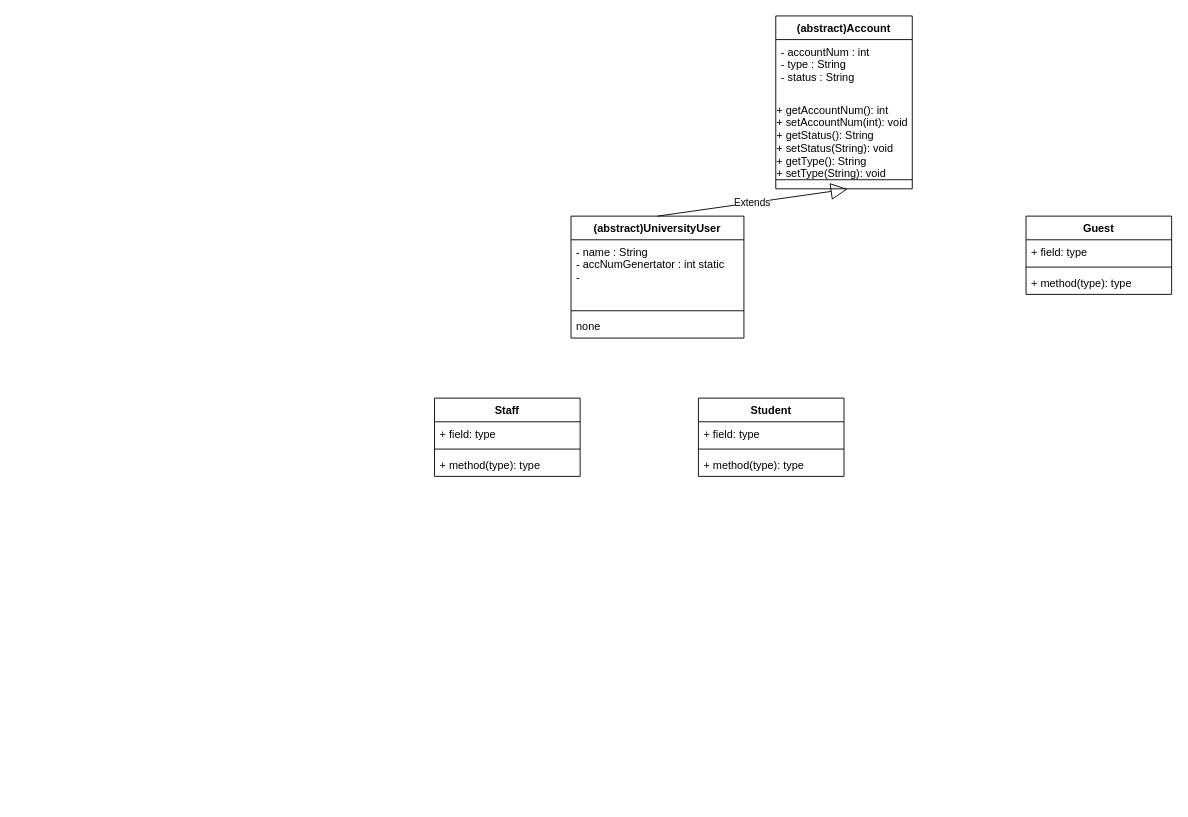
Weilei424/Upark keeps this draw.io diagram as uml.drawio. Above is the earlier version. Source tidied: cells renumbered, new cells numbered last; positions are measured from the earlier drawing's top-left corner, leaving out a move shared by most shapes. Both pictures are drawn from the tidied source at 91%, with x=0, y=0 at pixel (434, 15).
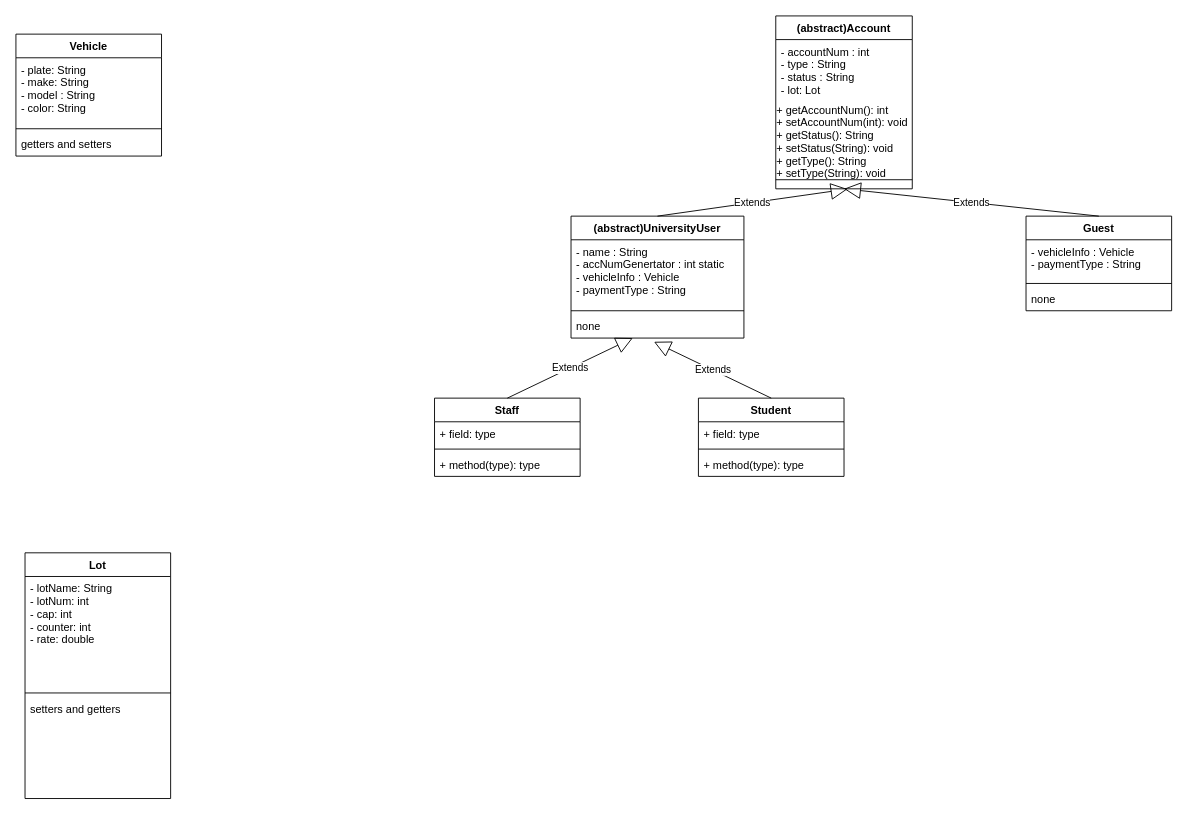
The same diagram, later.

Commit message:
Lot, Account, Vehicle classes added

Unchanged cells that the change refers to:
```xml
<mxCell id="2" value="(abstract)Account&#10;" style="swimlane;fontStyle=1;align=center;verticalAlign=top;horizontal=1;startSize=26;" parent="1" vertex="1">
  <mxGeometry x="375" width="150" height="190" as="geometry" />
</mxCell>
<mxCell id="6" value="(abstract)UniversityUser" style="swimlane;fontStyle=1;align=center;verticalAlign=top;horizontal=1;startSize=26;" parent="1" vertex="1">
  <mxGeometry x="150" y="220" width="190" height="134" as="geometry" />
</mxCell>
<mxCell id="9" value="none" style="text;strokeColor=none;fillColor=none;align=left;verticalAlign=top;spacingLeft=4;spacingRight=4;overflow=hidden;points=[[0,0.5],[1,0.5]];portConstraint=eastwest;" parent="6" vertex="1">
  <mxGeometry y="108" width="190" height="26" as="geometry" />
</mxCell>
<mxCell id="11" value="Staff" style="swimlane;fontStyle=1;align=center;verticalAlign=top;horizontal=1;startSize=26;" parent="1" vertex="1">
  <mxGeometry y="420" width="160" height="86" as="geometry" />
</mxCell>
<mxCell id="15" value="Student" style="swimlane;fontStyle=1;align=center;verticalAlign=top;horizontal=1;startSize=26;" parent="1" vertex="1">
  <mxGeometry x="290" y="420" width="160" height="86" as="geometry" />
</mxCell>
```

The edit, as a diff of the source:
```diff
@@
-    <mxCell id="3" value="- accountNum : int&#10;- type : String&#10;- status : String" style="text;strokeColor=none;fillColor=none;align=left;verticalAlign=top;spacingLeft=4;spacingRight=4;overflow=hidden;" parent="2" vertex="1">
+    <mxCell id="3" value="- accountNum : int&#10;- type : String&#10;- status : String&#10;- lot: Lot" style="text;strokeColor=none;fillColor=none;align=left;verticalAlign=top;spacingLeft=4;spacingRight=4;overflow=hidden;" parent="2" vertex="1">
       <mxGeometry y="26" width="150" height="144" as="geometry" />
     </mxCell>
@@
-    <mxCell id="7" value="- name : String&#10;- accNumGenertator : int static&#10;- " style="text;strokeColor=none;fillColor=none;align=left;verticalAlign=top;spacingLeft=4;spacingRight=4;overflow=hidden;" parent="6" vertex="1">
+    <mxCell id="7" value="- name : String&#10;- accNumGenertator : int static&#10;- vehicleInfo : Vehicle&#10;- paymentType : String" style="text;strokeColor=none;fillColor=none;align=left;verticalAlign=top;spacingLeft=4;spacingRight=4;overflow=hidden;" parent="6" vertex="1">
       <mxGeometry y="26" width="190" height="74" as="geometry" />
     </mxCell>
@@
     <mxCell id="19" value="Guest" style="swimlane;fontStyle=1;align=center;verticalAlign=top;horizontal=1;startSize=26;" parent="1" vertex="1">
-      <mxGeometry x="650" y="220" width="160" height="86" as="geometry" />
+      <mxGeometry x="650" y="220" width="160" height="104" as="geometry" />
     </mxCell>
-    <mxCell id="20" value="+ field: type" style="text;strokeColor=none;fillColor=none;align=left;verticalAlign=top;spacingLeft=4;spacingRight=4;overflow=hidden;" parent="19" vertex="1">
-      <mxGeometry y="26" width="160" height="26" as="geometry" />
+    <mxCell id="20" value="- vehicleInfo : Vehicle&#10;- paymentType : String" style="text;strokeColor=none;fillColor=none;align=left;verticalAlign=top;spacingLeft=4;spacingRight=4;overflow=hidden;" parent="19" vertex="1">
+      <mxGeometry y="26" width="160" height="44" as="geometry" />
     </mxCell>
     <mxCell id="21" style="line;strokeWidth=1;fillColor=none;align=left;verticalAlign=middle;spacingTop=-1;spacingLeft=3;spacingRight=3;labelPosition=right;" parent="19" vertex="1">
-      <mxGeometry y="52" width="160" height="8" as="geometry" />
+      <mxGeometry y="70" width="160" height="8" as="geometry" />
     </mxCell>
-    <mxCell id="22" value="+ method(type): type" style="text;strokeColor=none;fillColor=none;align=left;verticalAlign=top;spacingLeft=4;spacingRight=4;overflow=hidden;" parent="19" vertex="1">
-      <mxGeometry y="60" width="160" height="26" as="geometry" />
+    <mxCell id="22" value="none&#10;" style="text;strokeColor=none;fillColor=none;align=left;verticalAlign=top;spacingLeft=4;spacingRight=4;overflow=hidden;" parent="19" vertex="1">
+      <mxGeometry y="78" width="160" height="26" as="geometry" />
     </mxCell>
+    <mxCell id="23" value="Extends" style="endArrow=block;endSize=16;endFill=0;html=1;rounded=0;exitX=0.5;exitY=0;exitDx=0;exitDy=0;" parent="1" edge="1" source="19">
+      <mxGeometry relative="1" as="geometry">
+        <mxPoint x="450" y="190" as="targetPoint" />
+      </mxGeometry>
+    </mxCell>
+    <mxCell id="24" value="Extends" style="endArrow=block;endSize=16;endFill=0;html=1;rounded=0;exitX=0.5;exitY=0;exitDx=0;exitDy=0;" parent="1" edge="1" source="11" target="9">
+      <mxGeometry relative="1" as="geometry" />
+    </mxCell>
+    <mxCell id="25" value="Extends" style="endArrow=block;endSize=16;endFill=0;html=1;rounded=0;exitX=0.5;exitY=0;exitDx=0;exitDy=0;entryX=0.48;entryY=1.158;entryDx=0;entryDy=0;entryPerimeter=0;" parent="1" edge="1" source="15" target="9">
+      <mxGeometry relative="1" as="geometry" />
+    </mxCell>
+    <mxCell id="26" value="Vehicle" style="swimlane;fontStyle=1;align=center;verticalAlign=top;horizontal=1;startSize=26;" parent="1" vertex="1">
+      <mxGeometry x="-460" y="20" width="160" height="134" as="geometry" />
+    </mxCell>
+    <mxCell id="27" value="- plate: String&#10;- make: String&#10;- model : String&#10;- color: String" style="text;strokeColor=none;fillColor=none;align=left;verticalAlign=top;spacingLeft=4;spacingRight=4;overflow=hidden;" parent="26" vertex="1">
+      <mxGeometry y="26" width="160" height="74" as="geometry" />
+    </mxCell>
+    <mxCell id="28" style="line;strokeWidth=1;fillColor=none;align=left;verticalAlign=middle;spacingTop=-1;spacingLeft=3;spacingRight=3;labelPosition=right;" parent="26" vertex="1">
+      <mxGeometry y="100" width="160" height="8" as="geometry" />
+    </mxCell>
+    <mxCell id="29" value="getters and setters" style="text;strokeColor=none;fillColor=none;align=left;verticalAlign=top;spacingLeft=4;spacingRight=4;overflow=hidden;" parent="26" vertex="1">
+      <mxGeometry y="108" width="160" height="26" as="geometry" />
+    </mxCell>
+    <mxCell id="30" value="Lot" style="swimlane;fontStyle=1;align=center;verticalAlign=top;horizontal=1;startSize=26;" parent="1" vertex="1">
+      <mxGeometry x="-450" y="590" width="160" height="270" as="geometry" />
+    </mxCell>
+    <mxCell id="31" value="- lotName: String&#10;- lotNum: int&#10;- cap: int&#10;- counter: int &#10;- rate: double" style="text;strokeColor=none;fillColor=none;align=left;verticalAlign=top;spacingLeft=4;spacingRight=4;overflow=hidden;" parent="30" vertex="1">
+      <mxGeometry y="26" width="160" height="124" as="geometry" />
+    </mxCell>
+    <mxCell id="32" style="line;strokeWidth=1;fillColor=none;align=left;verticalAlign=middle;spacingTop=-1;spacingLeft=3;spacingRight=3;labelPosition=right;" parent="30" vertex="1">
+      <mxGeometry y="150" width="160" height="8" as="geometry" />
+    </mxCell>
+    <mxCell id="33" value="setters and getters&#10;" style="text;strokeColor=none;fillColor=none;align=left;verticalAlign=top;spacingLeft=4;spacingRight=4;overflow=hidden;" parent="30" vertex="1">
+      <mxGeometry y="158" width="160" height="112" as="geometry" />
+    </mxCell>
```
